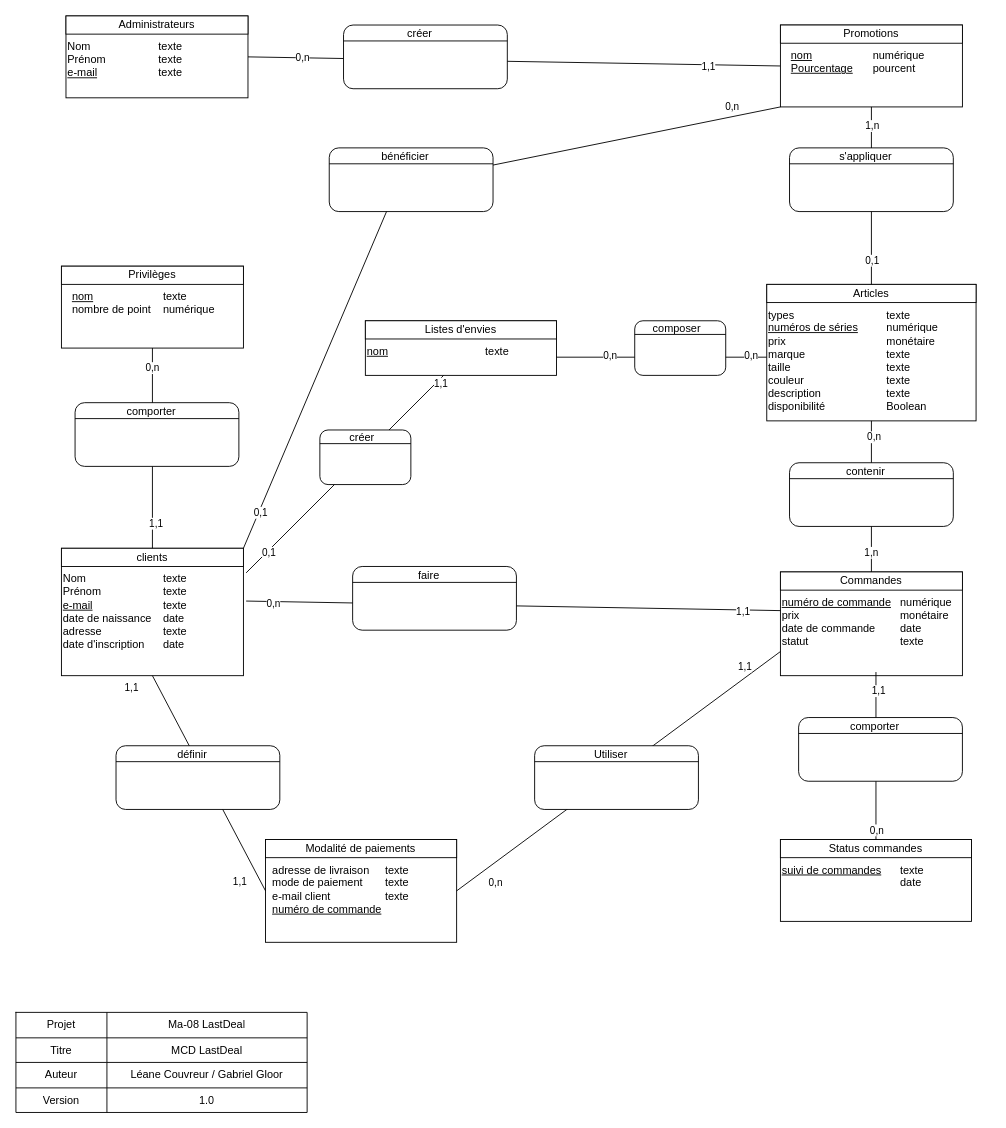
Above: MCD-lastDeal.drawio in LeaneCouvreur/MA-08-Modele_LastBuy (draw.io), before the change. Source tidied: cells renumbered, new cells numbered last; positions are measured from the earlier drawing's top-left corner, leaving out a move shared by most shapes. Both pictures are drawn from the tidied source at 91%, with x=0, y=0 at pixel (15, 15).
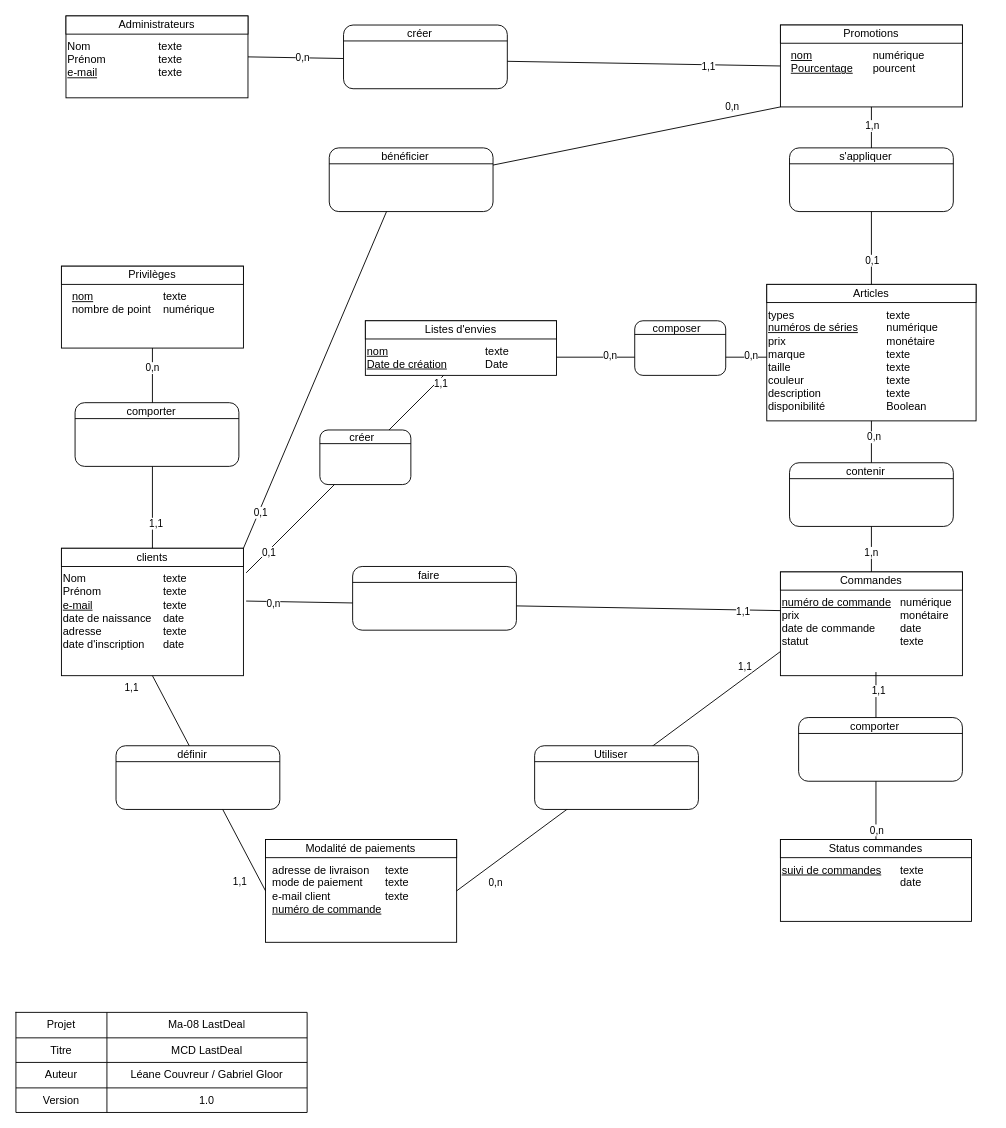
The same page after the edit.

Diff of the diagram source:
```diff
@@
-    <mxCell id="109" value="&lt;u&gt;nom&lt;br&gt;&lt;/u&gt;" style="text;html=1;strokeColor=none;fillColor=none;align=left;verticalAlign=top;whiteSpace=wrap;rounded=0;" parent="1" vertex="1">
+    <mxCell id="109" value="&lt;u&gt;nom&lt;br&gt;Date de création&lt;br&gt;&lt;/u&gt;" style="text;html=1;strokeColor=none;fillColor=none;align=left;verticalAlign=top;whiteSpace=wrap;rounded=0;" parent="1" vertex="1">
       <mxGeometry x="384" y="355" width="120" height="30" as="geometry" />
     </mxCell>
-    <mxCell id="110" value="texte&lt;br&gt;" style="text;html=1;strokeColor=none;fillColor=none;align=left;verticalAlign=top;whiteSpace=wrap;rounded=0;" parent="1" vertex="1">
+    <mxCell id="110" value="texte&lt;br&gt;Date" style="text;html=1;strokeColor=none;fillColor=none;align=left;verticalAlign=top;whiteSpace=wrap;rounded=0;" parent="1" vertex="1">
       <mxGeometry x="514" y="355" width="66" height="30" as="geometry" />
     </mxCell>
```
